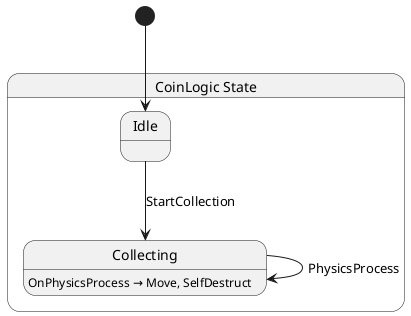
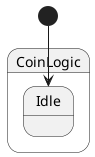
@startuml CoinLogic
- state "CoinLogic State" as GameDemo_CoinLogic_State {
-   state "Collecting" as GameDemo_CoinLogic_State_Collecting
-   state "Idle" as GameDemo_CoinLogic_State_Idle
+ state CoinLogic {
+   state Idle
}

- GameDemo_CoinLogic_State_Collecting --> GameDemo_CoinLogic_State_Collecting : PhysicsProcess
- GameDemo_CoinLogic_State_Idle --> GameDemo_CoinLogic_State_Collecting : StartCollection
- 
- GameDemo_CoinLogic_State_Collecting : OnPhysicsProcess → Move, SelfDestruct
- 
- [*] --> GameDemo_CoinLogic_State_Idle
+ [*] --> Idle
@enduml